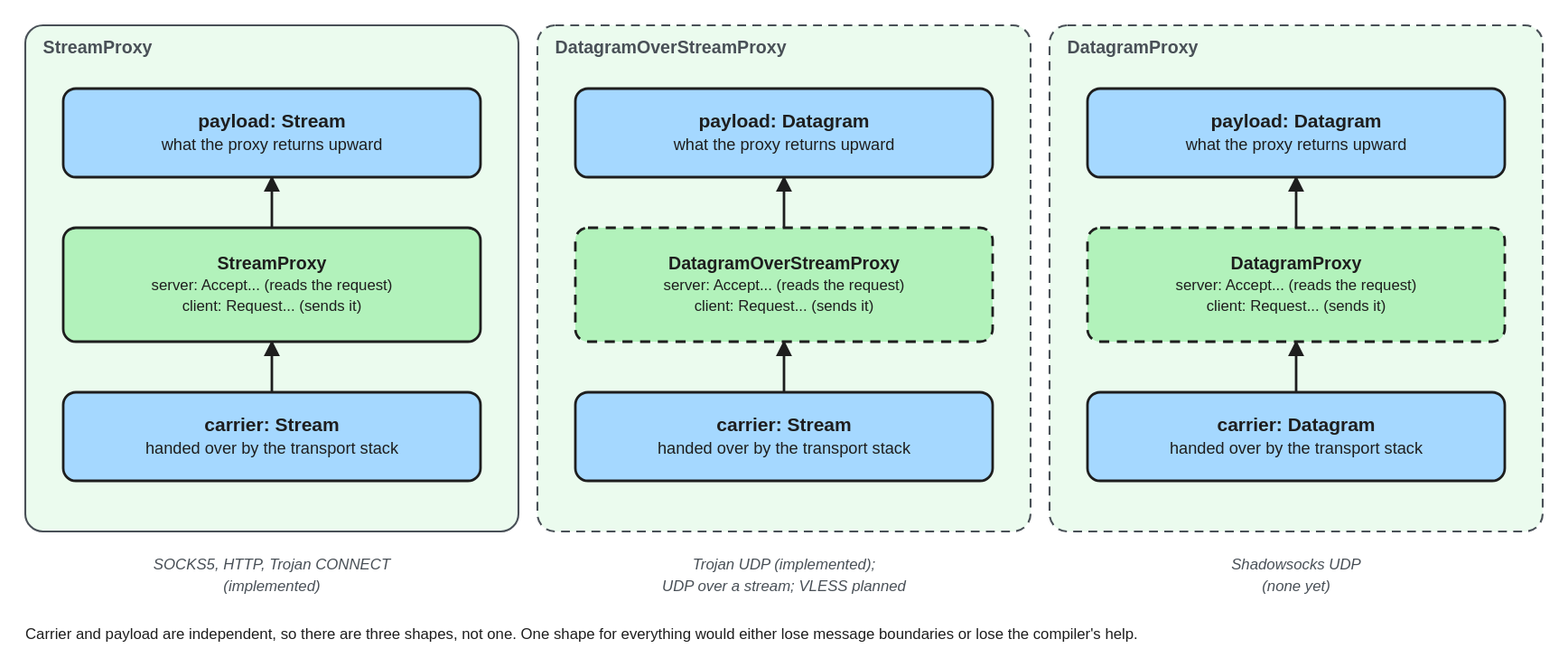
The Excalidraw diagram docs/assets/diagrams/proxy-shapes.excalidraw.svg in we-apranik/apranik, before a commit. Source tidied: one line per element, renumbered; positions are measured from the earlier drawing's top-left corner, leaving out a move shared by most shapes.
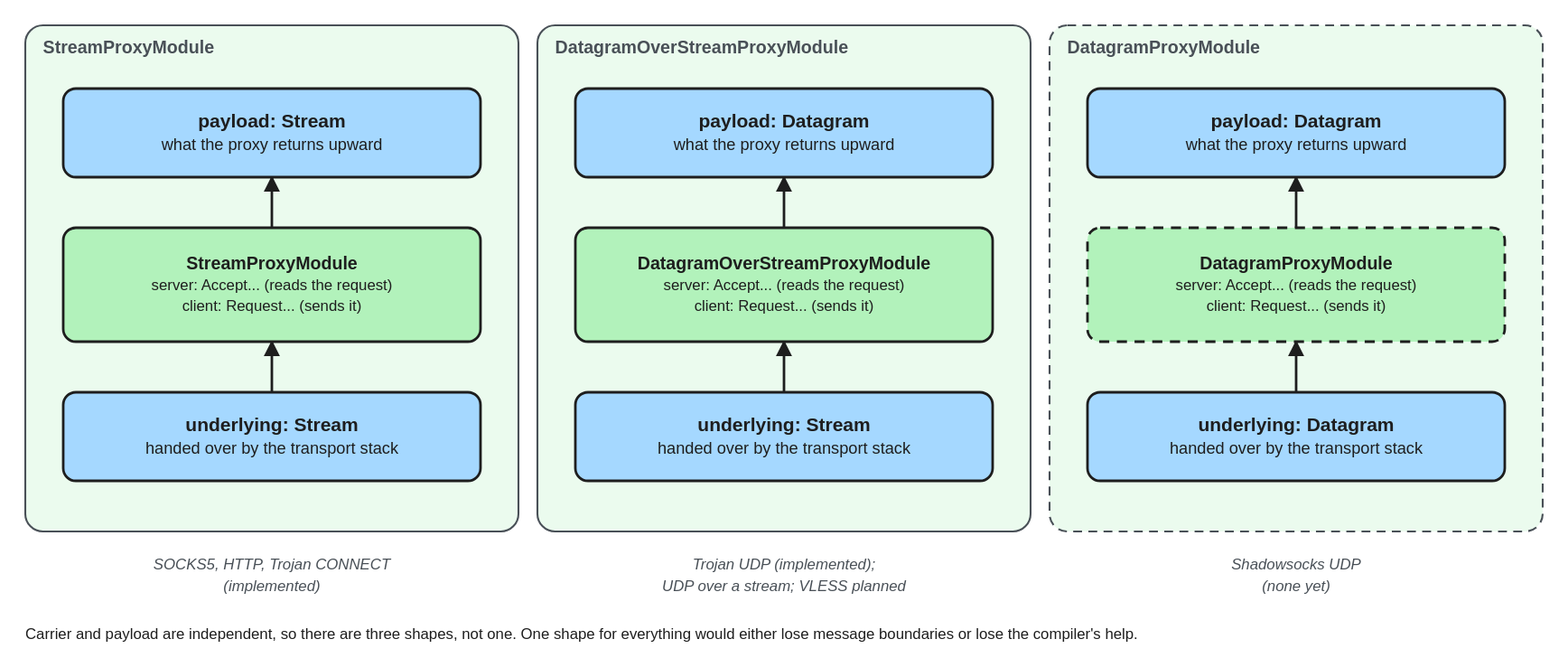
The same file after the commit.

Change to the diagram source:
```diff
@@ -1,27 +1,27 @@
 {"id": 0, "type": "rectangle", "strokeColor": "#495057", "backgroundColor": "#ebfbee", "fillStyle": "solid", "strokeWidth": 1, "roughness": 0, "round": true, "x": 0, "y": 0, "width": 390, "height": 400}
-{"id": 1, "type": "text", "text": "StreamProxy", "strokeColor": "#495057", "strokeWidth": 2, "roughness": 0, "fontSize": 14, "fontFamily": 2, "verticalAlign": "middle", "x": 14, "y": 8, "width": 362, "height": 18}
+{"id": 1, "type": "text", "text": "StreamProxyModule", "strokeColor": "#495057", "strokeWidth": 2, "roughness": 0, "fontSize": 14, "fontFamily": 2, "verticalAlign": "middle", "x": 14, "y": 8, "width": 362, "height": 18}
-{"id": 2, "type": "rectangle", "strokeColor": "#495057", "backgroundColor": "#ebfbee", "fillStyle": "solid", "strokeWidth": 1, "strokeStyle": "dashed", "roughness": 0, "round": true, "x": 405, "y": 0, "width": 390, "height": 400}
+{"id": 2, "type": "rectangle", "strokeColor": "#495057", "backgroundColor": "#ebfbee", "fillStyle": "solid", "strokeWidth": 1, "roughness": 0, "round": true, "x": 405, "y": 0, "width": 390, "height": 400}
-{"id": 3, "type": "text", "text": "DatagramOverStreamProxy", "strokeColor": "#495057", "strokeWidth": 2, "roughness": 0, "fontSize": 14, "fontFamily": 2, "verticalAlign": "middle", "x": 419, "y": 8, "width": 362, "height": 18}
+{"id": 3, "type": "text", "text": "DatagramOverStreamProxyModule", "strokeColor": "#495057", "strokeWidth": 2, "roughness": 0, "fontSize": 14, "fontFamily": 2, "verticalAlign": "middle", "x": 419, "y": 8, "width": 362, "height": 18}
 {"id": 4, "type": "rectangle", "strokeColor": "#495057", "backgroundColor": "#ebfbee", "fillStyle": "solid", "strokeWidth": 1, "strokeStyle": "dashed", "roughness": 0, "round": true, "x": 810, "y": 0, "width": 390, "height": 400}
-{"id": 5, "type": "text", "text": "DatagramProxy", "strokeColor": "#495057", "strokeWidth": 2, "roughness": 0, "fontSize": 14, "fontFamily": 2, "verticalAlign": "middle", "x": 824, "y": 8, "width": 362, "height": 18}
+{"id": 5, "type": "text", "text": "DatagramProxyModule", "strokeColor": "#495057", "strokeWidth": 2, "roughness": 0, "fontSize": 14, "fontFamily": 2, "verticalAlign": "middle", "x": 824, "y": 8, "width": 362, "height": 18}
 {"id": 6, "type": "rectangle", "strokeColor": "#1e1e1e", "backgroundColor": "#a5d8ff", "fillStyle": "solid", "strokeWidth": 2, "roughness": 0, "round": true, "x": 30, "y": 50, "width": 330, "height": 70}
 {"id": 7, "type": "text", "text": "payload: Stream\nwhat the proxy returns upward", "strokeColor": "#1e1e1e", "strokeWidth": 2, "roughness": 0, "fontSize": 13, "fontFamily": 2, "textAlign": "center", "verticalAlign": "middle", "inside": 6, "x": 30, "y": 50, "width": 330, "height": 32}
 {"id": 8, "type": "rectangle", "strokeColor": "#1e1e1e", "backgroundColor": "#b2f2bb", "fillStyle": "solid", "strokeWidth": 2, "roughness": 0, "round": true, "x": 30, "y": 160, "width": 330, "height": 90}
-{"id": 9, "type": "text", "text": "StreamProxy\nserver: Accept... (reads the request)\nclient: Request... (sends it)", "strokeColor": "#1e1e1e", "strokeWidth": 2, "roughness": 0, "fontSize": 12, "fontFamily": 2, "textAlign": "center", "verticalAlign": "middle", "inside": 8, "x": 30, "y": 160, "width": 330, "height": 45}
+{"id": 9, "type": "text", "text": "StreamProxyModule\nserver: Accept... (reads the request)\nclient: Request... (sends it)", "strokeColor": "#1e1e1e", "strokeWidth": 2, "roughness": 0, "fontSize": 12, "fontFamily": 2, "textAlign": "center", "verticalAlign": "middle", "inside": 8, "x": 30, "y": 160, "width": 330, "height": 45}
 {"id": 10, "type": "rectangle", "strokeColor": "#1e1e1e", "backgroundColor": "#a5d8ff", "fillStyle": "solid", "strokeWidth": 2, "roughness": 0, "round": true, "x": 30, "y": 290, "width": 330, "height": 70}
-{"id": 11, "type": "text", "text": "carrier: Stream\nhanded over by the transport stack", "strokeColor": "#1e1e1e", "strokeWidth": 2, "roughness": 0, "fontSize": 13, "fontFamily": 2, "textAlign": "center", "verticalAlign": "middle", "inside": 10, "x": 30, "y": 290, "width": 330, "height": 32}
+{"id": 11, "type": "text", "text": "underlying: Stream\nhanded over by the transport stack", "strokeColor": "#1e1e1e", "strokeWidth": 2, "roughness": 0, "fontSize": 13, "fontFamily": 2, "textAlign": "center", "verticalAlign": "middle", "inside": 10, "x": 30, "y": 290, "width": 330, "height": 32}
 {"id": 12, "type": "rectangle", "strokeColor": "#1e1e1e", "backgroundColor": "#a5d8ff", "fillStyle": "solid", "strokeWidth": 2, "roughness": 0, "round": true, "x": 435, "y": 50, "width": 330, "height": 70}
 {"id": 13, "type": "text", "text": "payload: Datagram\nwhat the proxy returns upward", "strokeColor": "#1e1e1e", "strokeWidth": 2, "roughness": 0, "fontSize": 13, "fontFamily": 2, "textAlign": "center", "verticalAlign": "middle", "inside": 12, "x": 435, "y": 50, "width": 330, "height": 32}
-{"id": 14, "type": "rectangle", "strokeColor": "#1e1e1e", "backgroundColor": "#b2f2bb", "fillStyle": "solid", "strokeWidth": 2, "strokeStyle": "dashed", "roughness": 0, "round": true, "x": 435, "y": 160, "width": 330, "height": 90}
+{"id": 14, "type": "rectangle", "strokeColor": "#1e1e1e", "backgroundColor": "#b2f2bb", "fillStyle": "solid", "strokeWidth": 2, "roughness": 0, "round": true, "x": 435, "y": 160, "width": 330, "height": 90}
-{"id": 15, "type": "text", "text": "DatagramOverStreamProxy\nserver: Accept... (reads the request)\nclient: Request... (sends it)", "strokeColor": "#1e1e1e", "strokeWidth": 2, "roughness": 0, "fontSize": 12, "fontFamily": 2, "textAlign": "center", "verticalAlign": "middle", "inside": 14, "x": 435, "y": 160, "width": 330, "height": 45}
+{"id": 15, "type": "text", "text": "DatagramOverStreamProxyModule\nserver: Accept... (reads the request)\nclient: Request... (sends it)", "strokeColor": "#1e1e1e", "strokeWidth": 2, "roughness": 0, "fontSize": 12, "fontFamily": 2, "textAlign": "center", "verticalAlign": "middle", "inside": 14, "x": 435, "y": 160, "width": 330, "height": 45}
 {"id": 16, "type": "rectangle", "strokeColor": "#1e1e1e", "backgroundColor": "#a5d8ff", "fillStyle": "solid", "strokeWidth": 2, "roughness": 0, "round": true, "x": 435, "y": 290, "width": 330, "height": 70}
-{"id": 17, "type": "text", "text": "carrier: Stream\nhanded over by the transport stack", "strokeColor": "#1e1e1e", "strokeWidth": 2, "roughness": 0, "fontSize": 13, "fontFamily": 2, "textAlign": "center", "verticalAlign": "middle", "inside": 16, "x": 435, "y": 290, "width": 330, "height": 32}
+{"id": 17, "type": "text", "text": "underlying: Stream\nhanded over by the transport stack", "strokeColor": "#1e1e1e", "strokeWidth": 2, "roughness": 0, "fontSize": 13, "fontFamily": 2, "textAlign": "center", "verticalAlign": "middle", "inside": 16, "x": 435, "y": 290, "width": 330, "height": 32}
 {"id": 18, "type": "rectangle", "strokeColor": "#1e1e1e", "backgroundColor": "#a5d8ff", "fillStyle": "solid", "strokeWidth": 2, "roughness": 0, "round": true, "x": 840, "y": 50, "width": 330, "height": 70}
 {"id": 19, "type": "text", "text": "payload: Datagram\nwhat the proxy returns upward", "strokeColor": "#1e1e1e", "strokeWidth": 2, "roughness": 0, "fontSize": 13, "fontFamily": 2, "textAlign": "center", "verticalAlign": "middle", "inside": 18, "x": 840, "y": 50, "width": 330, "height": 32}
 {"id": 20, "type": "rectangle", "strokeColor": "#1e1e1e", "backgroundColor": "#b2f2bb", "fillStyle": "solid", "strokeWidth": 2, "strokeStyle": "dashed", "roughness": 0, "round": true, "x": 840, "y": 160, "width": 330, "height": 90}
-{"id": 21, "type": "text", "text": "DatagramProxy\nserver: Accept... (reads the request)\nclient: Request... (sends it)", "strokeColor": "#1e1e1e", "strokeWidth": 2, "roughness": 0, "fontSize": 12, "fontFamily": 2, "textAlign": "center", "verticalAlign": "middle", "inside": 20, "x": 840, "y": 160, "width": 330, "height": 45}
+{"id": 21, "type": "text", "text": "DatagramProxyModule\nserver: Accept... (reads the request)\nclient: Request... (sends it)", "strokeColor": "#1e1e1e", "strokeWidth": 2, "roughness": 0, "fontSize": 12, "fontFamily": 2, "textAlign": "center", "verticalAlign": "middle", "inside": 20, "x": 840, "y": 160, "width": 330, "height": 45}
 {"id": 22, "type": "rectangle", "strokeColor": "#1e1e1e", "backgroundColor": "#a5d8ff", "fillStyle": "solid", "strokeWidth": 2, "roughness": 0, "round": true, "x": 840, "y": 290, "width": 330, "height": 70}
-{"id": 23, "type": "text", "text": "carrier: Datagram\nhanded over by the transport stack", "strokeColor": "#1e1e1e", "strokeWidth": 2, "roughness": 0, "fontSize": 13, "fontFamily": 2, "textAlign": "center", "verticalAlign": "middle", "inside": 22, "x": 840, "y": 290, "width": 330, "height": 32}
+{"id": 23, "type": "text", "text": "underlying: Datagram\nhanded over by the transport stack", "strokeColor": "#1e1e1e", "strokeWidth": 2, "roughness": 0, "fontSize": 13, "fontFamily": 2, "textAlign": "center", "verticalAlign": "middle", "inside": 22, "x": 840, "y": 290, "width": 330, "height": 32}
 {"id": 24, "type": "arrow", "strokeColor": "#1e1e1e", "strokeWidth": 2, "roughness": 0, "endArrowhead": "arrow", "from": 10, "to": 8, "x": 195, "y": 290, "width": 0, "height": 40, "points": [[0, 0], [0, -40]]}
 {"id": 25, "type": "arrow", "strokeColor": "#1e1e1e", "strokeWidth": 2, "roughness": 0, "endArrowhead": "arrow", "from": 8, "to": 6, "x": 195, "y": 160, "width": 0, "height": 40, "points": [[0, 0], [0, -40]]}
 {"id": 26, "type": "arrow", "strokeColor": "#1e1e1e", "strokeWidth": 2, "roughness": 0, "endArrowhead": "arrow", "from": 16, "to": 14, "x": 600, "y": 290, "width": 0, "height": 40, "points": [[0, 0], [0, -40]]}
```
